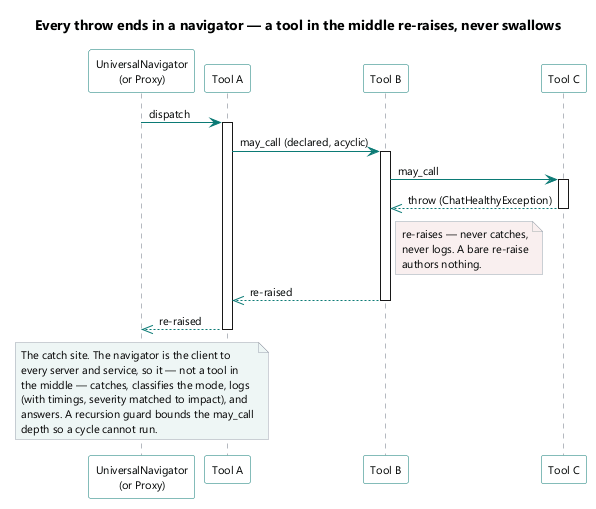
Earlier version of the PlantUML export brain/machine_artifacts/diagramsAndImages/rendered/exception_termination_path.png (SkipSnow/ChatHealthyRepo).
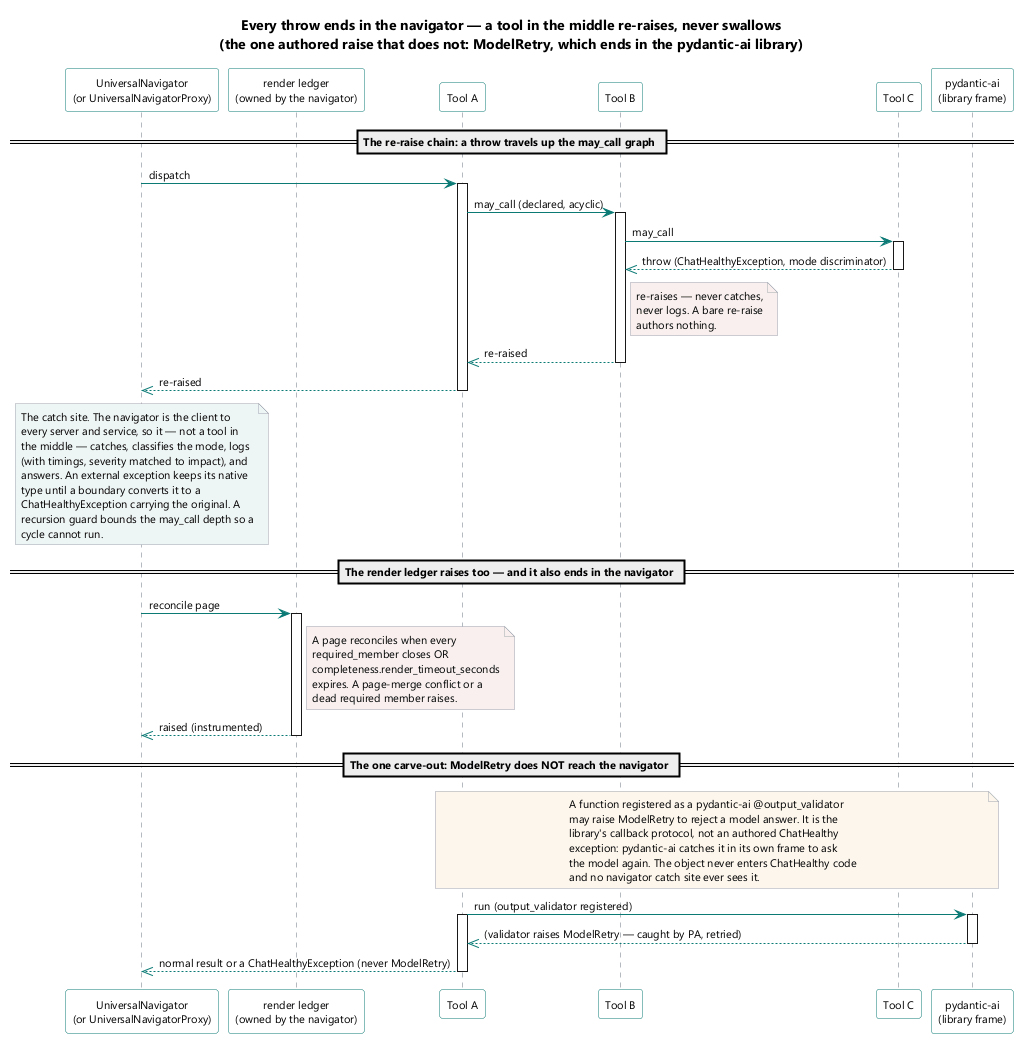
Above is the later version.

Change to the diagram source:
```diff
@@ -1,5 +1,5 @@
 @startuml
-title Every throw ends in a navigator — a tool in the middle re-raises, never swallows
+title Every throw ends in the navigator — a tool in the middle re-raises, never swallows\n(the one authored raise that does not: ModelRetry, which ends in the pydantic-ai library)
 
 skinparam shadowing false
 skinparam defaultFontName Segoe UI
@@ -11,10 +11,14 @@
 skinparam NoteBackgroundColor #f3f4f6
 skinparam NoteBorderColor #9ca3af
 
-participant "UniversalNavigator\n(or Proxy)" as UN
+participant "UniversalNavigator\n(or UniversalNavigatorProxy)" as UN
+participant "render ledger\n(owned by the navigator)" as RL
 participant "Tool A" as A
 participant "Tool B" as B
 participant "Tool C" as C
+participant "pydantic-ai\n(library frame)" as PA
+
+== The re-raise chain: a throw travels up the may_call graph ==
 
 UN -> A : dispatch
 activate A
@@ -22,7 +26,7 @@
 activate B
 B -> C : may_call
 activate C
-C -->> B : throw (ChatHealthyException)
+C -->> B : throw (ChatHealthyException, mode discriminator)
 deactivate C
 note right of B #f9efef
   re-raises — never catches,
@@ -39,7 +43,42 @@
   every server and service, so it — not a tool in
   the middle — catches, classifies the mode, logs
   (with timings, severity matched to impact), and
-  answers. A recursion guard bounds the may_call
-  depth so a cycle cannot run.
+  answers. An external exception keeps its native
+  type until a boundary converts it to a
+  ChatHealthyException carrying the original. A
+  recursion guard bounds the may_call depth so a
+  cycle cannot run.
 end note
+
+== The render ledger raises too — and it also ends in the navigator ==
+
+UN -> RL : reconcile page
+activate RL
+note right of RL #f9efef
+  A page reconciles when every
+  required_member closes OR
+  completeness.render_timeout_seconds
+  expires. A page-merge conflict or a
+  dead required member raises.
+end note
+RL -->> UN : raised (instrumented)
+deactivate RL
+
+== The one carve-out: ModelRetry does NOT reach the navigator ==
+
+note over A, PA #fdf6ec
+  A function registered as a pydantic-ai @output_validator
+  may raise ModelRetry to reject a model answer. It is the
+  library's callback protocol, not an authored ChatHealthy
+  exception: pydantic-ai catches it in its own frame to ask
+  the model again. The object never enters ChatHealthy code
+  and no navigator catch site ever sees it.
+end note
+A -> PA : run (output_validator registered)
+activate A
+activate PA
+PA -->> A : (validator raises ModelRetry — caught by PA, retried)
+deactivate PA
+A -->> UN : normal result or a ChatHealthyException (never ModelRetry)
+deactivate A
 @enduml
```
